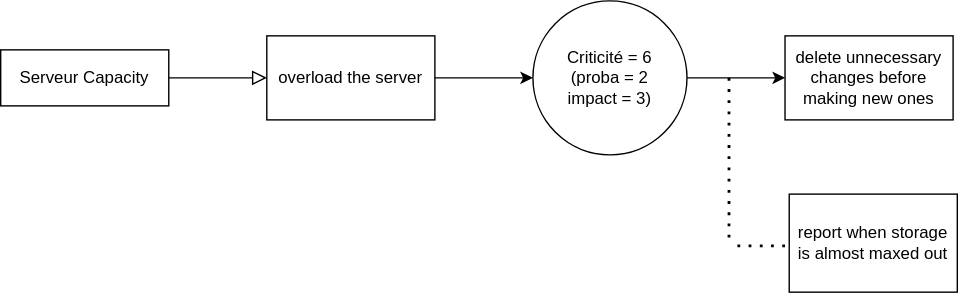
The draw.io diagram SAE S2_04.svg in nico38t/SAE-S2.04, before a commit. Source tidied: cells renumbered, new cells last; positions are measured from the earlier drawing's top-left corner, leaving out a move shared by most shapes.
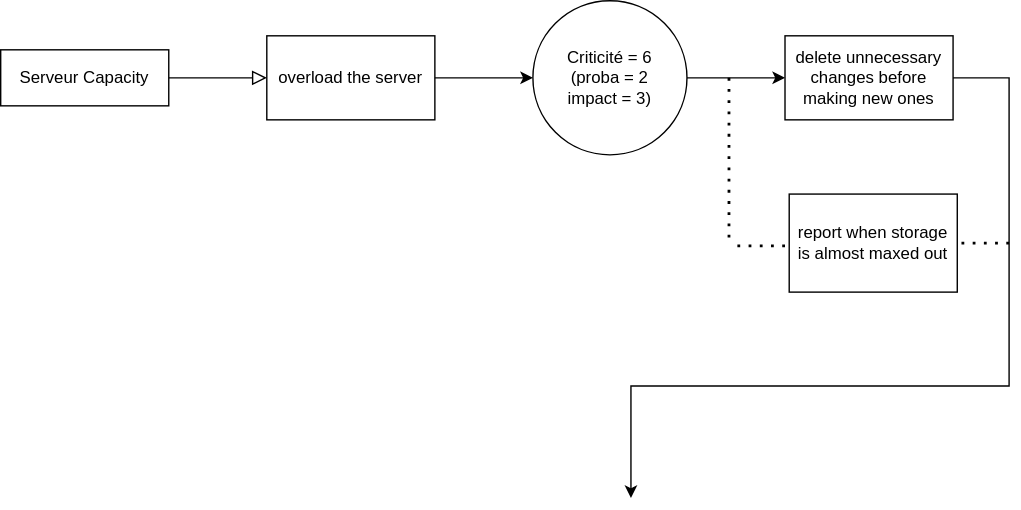
Later version of the same file.

Commit message:
Mettre à jour SAE S2_04.svg

The edit, as a diff of the source:
```diff
@@ -38,5 +38,20 @@
     <mxCell id="11" value="report when storage is almost maxed out" style="rounded=0;whiteSpace=wrap;html=1;" parent="1" vertex="1">
       <mxGeometry x="563" y="138" width="120" height="70" as="geometry" />
     </mxCell>
+    <mxCell id="12" style="endArrow=classic;html=1;rounded=0;exitX=1;exitY=0.5;exitDx=0;exitDy=0;" parent="1" edge="1" source="7">
+      <mxGeometry relative="1" as="geometry">
+        <mxPoint x="450" y="355" as="targetPoint" />
+        <Array as="points">
+          <mxPoint x="720" y="55" />
+          <mxPoint x="720" y="275" />
+          <mxPoint x="450" y="275" />
+        </Array>
+      </mxGeometry>
+    </mxCell>
+    <mxCell id="13" style="endArrow=none;dashed=1;html=1;dashPattern=1 3;strokeWidth=2;rounded=0;entryX=1;entryY=0.5;entryDx=0;entryDy=0;jumpSize=0;" parent="1" edge="1" target="11">
+      <mxGeometry relative="1" as="geometry">
+        <mxPoint x="720" y="173" as="sourcePoint" />
+      </mxGeometry>
+    </mxCell>
   </root>
 </mxGraphModel>
```
